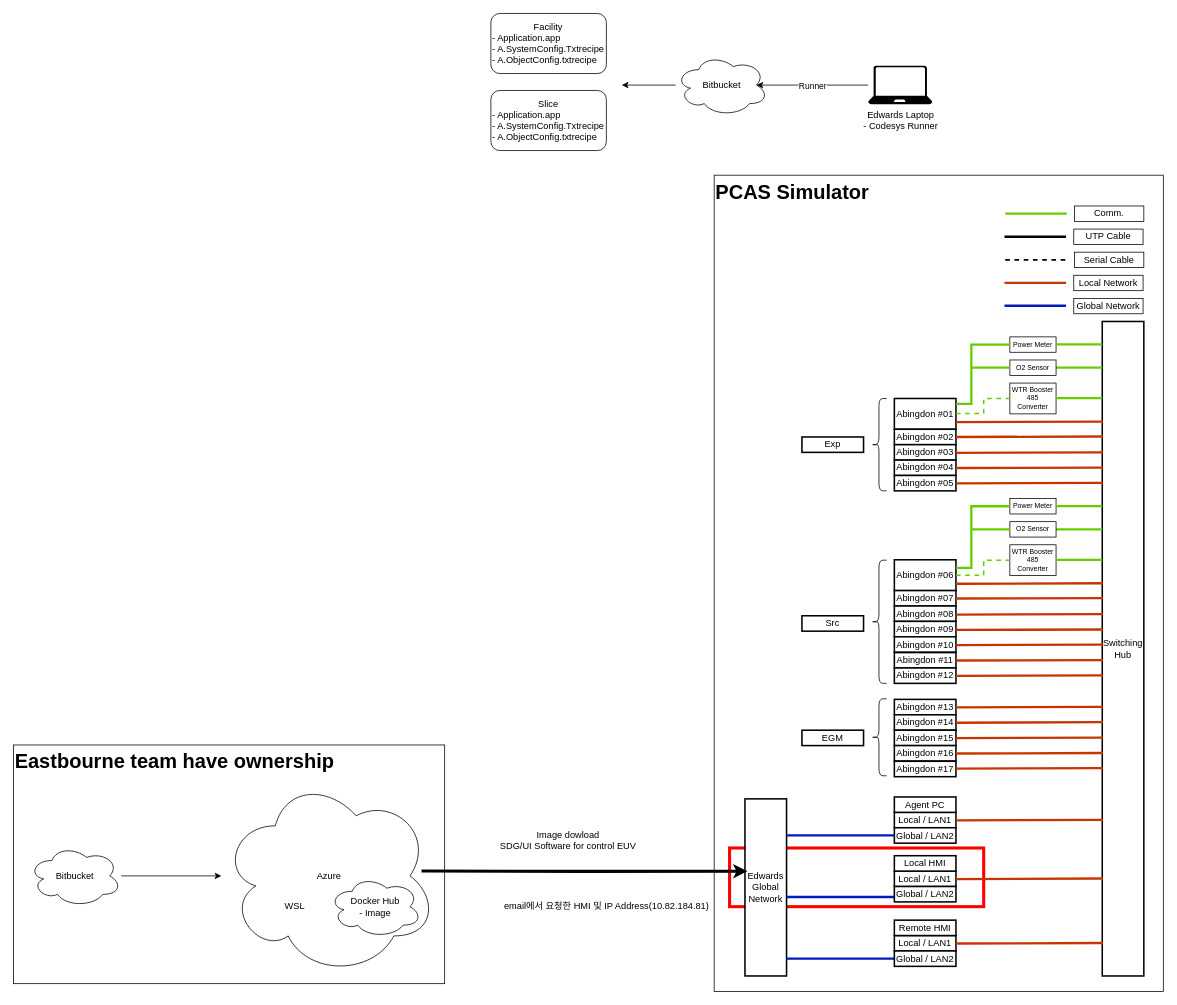
EdwardsKorea/CommonDrawIO keeps this draw.io diagram as page "페이지-2" (2 of 2) of Gen4 TumaloTestRig Configuration.drawio. Above is the earlier version. Source tidied: cells renumbered, new cells numbered last; positions are measured from the earlier drawing's top-left corner, leaving out a move shared by most shapes. Both pictures are drawn from the tidied source at 77%, with x=0, y=0 at pixel (13, 13).
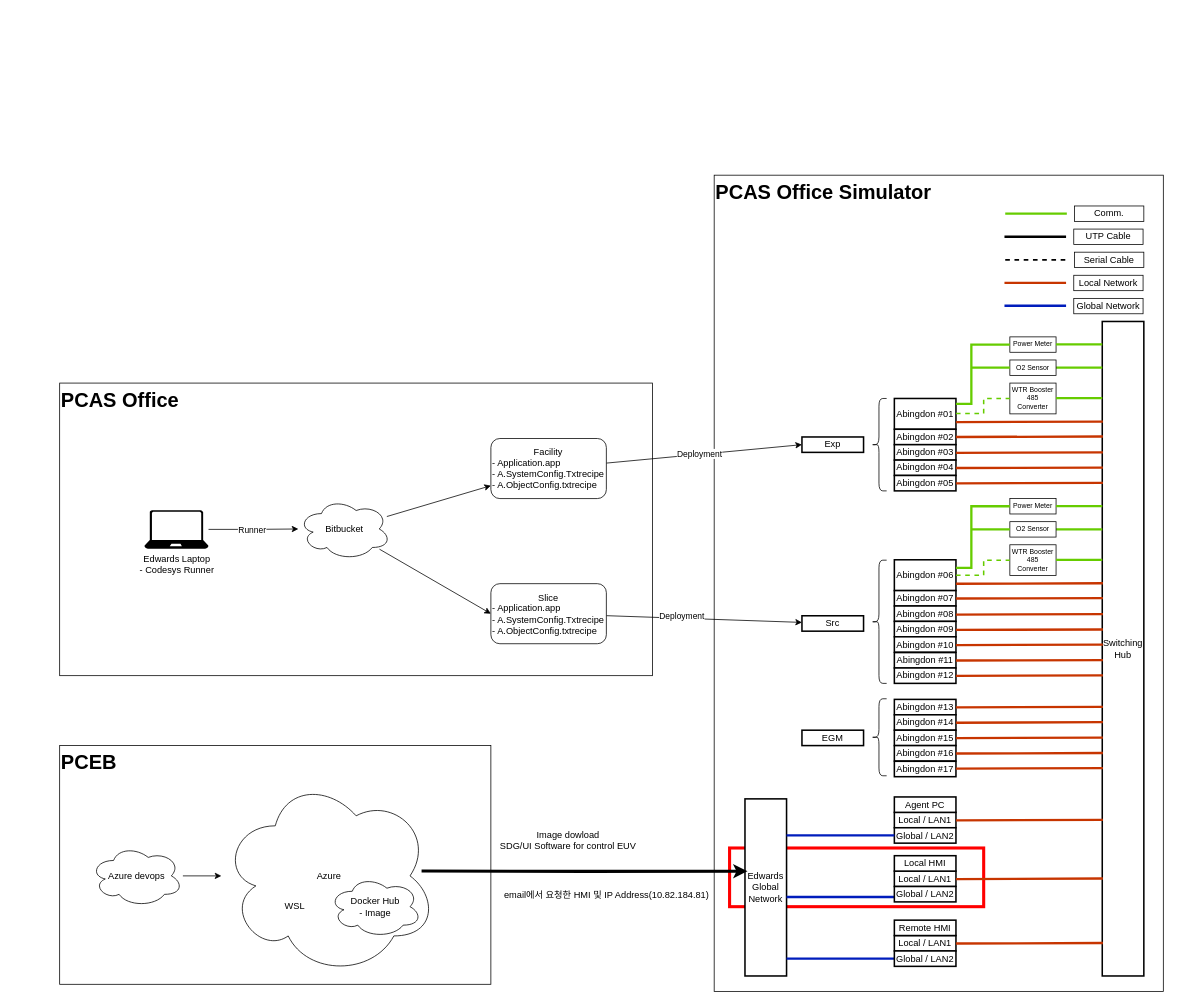
The same page after the edit.

The change refers to these unchanged cells:
```xml
<mxCell id="46" value="Exp" style="rounded=0;whiteSpace=wrap;html=1;strokeWidth=2;" parent="1" vertex="1">
  <mxGeometry x="1024" y="550" width="80" height="20" as="geometry" />
</mxCell>
<mxCell id="48" value="Src" style="rounded=0;whiteSpace=wrap;html=1;strokeWidth=2;" parent="1" vertex="1">
  <mxGeometry x="1024" y="782.2" width="80" height="20" as="geometry" />
</mxCell>
```

Diff of the diagram source:
```diff
@@
+    <mxCell id="105" value="&lt;b&gt;&lt;font style=&quot;font-size: 26px;&quot;&gt;PCAS Office&lt;/font&gt;&lt;/b&gt;" style="rounded=0;whiteSpace=wrap;html=1;align=left;horizontal=1;verticalAlign=top;" parent="1" vertex="1">
+      <mxGeometry x="60" y="480" width="770" height="380" as="geometry" />
+    </mxCell>
-    <mxCell id="2" value="&lt;b&gt;&lt;font style=&quot;font-size: 26px;&quot;&gt;Eastbourne team have ownership&lt;/font&gt;&lt;/b&gt;" style="rounded=0;whiteSpace=wrap;html=1;align=left;horizontal=1;verticalAlign=top;" parent="1" vertex="1">
-      <mxGeometry y="950" width="560" height="310" as="geometry" />
+    <mxCell id="2" value="&lt;b&gt;&lt;font style=&quot;font-size: 26px;&quot;&gt;PCEB&lt;/font&gt;&lt;/b&gt;" style="rounded=0;whiteSpace=wrap;html=1;align=left;horizontal=1;verticalAlign=top;" parent="1" vertex="1">
+      <mxGeometry x="60" y="950.8" width="560" height="310" as="geometry" />
     </mxCell>
-    <mxCell id="3" value="&lt;b&gt;&lt;font style=&quot;font-size: 26px;&quot;&gt;PCAS Simulator&lt;/font&gt;&lt;/b&gt;" style="rounded=0;whiteSpace=wrap;html=1;align=left;horizontal=1;verticalAlign=top;" parent="1" vertex="1">
+    <mxCell id="3" value="&lt;b&gt;&lt;font style=&quot;font-size: 26px;&quot;&gt;PCAS Office Simulator&lt;/font&gt;&lt;/b&gt;" style="rounded=0;whiteSpace=wrap;html=1;align=left;horizontal=1;verticalAlign=top;" parent="1" vertex="1">
       <mxGeometry x="910" y="210" width="583.3" height="1060" as="geometry" />
     </mxCell>
@@
+    <mxCell id="94" style="edgeStyle=orthogonalEdgeStyle;rounded=0;jettySize=auto;html=1;" parent="1" edge="1" source="90" target="92">
+      <mxGeometry relative="1" as="geometry" />
+    </mxCell>
+    <mxCell id="95" value="Runner" style="edgeLabel;html=1;align=center;verticalAlign=middle;" parent="94" vertex="1">
+      <mxGeometry x="-0.05" relative="1" as="geometry" />
+    </mxCell>
     <mxCell id="90" value="Edwards Laptop&lt;div&gt;-&amp;nbsp;&lt;span style=&quot;background-color: initial;&quot;&gt;Codesys Runner&lt;/span&gt;&lt;/div&gt;" style="sketch=0;shadow=0;dashed=0;html=1;strokeColor=none;labelPosition=center;verticalLabelPosition=bottom;verticalAlign=top;align=center;fillColor=#000000;shape=mxgraph.azure.laptop;" parent="1" vertex="1">
-      <mxGeometry x="1110" y="68" width="83.3" height="50" as="geometry" />
+      <mxGeometry x="170" y="645" width="83.3" height="50" as="geometry" />
     </mxCell>
-    <mxCell id="91" style="edgeStyle=orthogonalEdgeStyle;rounded=0;jettySize=auto;html=1;" parent="1" edge="1" source="92">
-      <mxGeometry relative="1" as="geometry">
-        <mxPoint x="790" y="93" as="targetPoint" />
-      </mxGeometry>
-    </mxCell>
+    <mxCell id="106" style="rounded=0;jettySize=auto;html=1;" parent="1" edge="1" source="92" target="96">
+      <mxGeometry relative="1" as="geometry" />
+    </mxCell>
+    <mxCell id="107" style="rounded=0;jettySize=auto;html=1;entryX=0;entryY=0.5;entryDx=0;entryDy=0;" parent="1" edge="1" source="92" target="97">
+      <mxGeometry relative="1" as="geometry" />
+    </mxCell>
     <mxCell id="92" value="Bitbucket" style="ellipse;shape=cloud;whiteSpace=wrap;html=1;" parent="1" vertex="1">
-      <mxGeometry x="860" y="53" width="120" height="80" as="geometry" />
+      <mxGeometry x="370" y="629.5" width="120" height="80" as="geometry" />
     </mxCell>
     <mxCell id="93" value="email에서 요청한 HMI 및 IP Address(10.82.184.81)" style="text;html=1;align=center;verticalAlign=middle;strokeColor=none;fillColor=none;" parent="1" vertex="1">
-      <mxGeometry x="620" y="1145" width="300" height="30" as="geometry" />
+      <mxGeometry x="620" y="1130" width="300" height="30" as="geometry" />
     </mxCell>
-    <mxCell id="94" style="edgeStyle=orthogonalEdgeStyle;rounded=0;jettySize=auto;html=1;entryX=0.875;entryY=0.5;entryDx=0;entryDy=0;entryPerimeter=0;" parent="1" edge="1" source="90" target="92">
-      <mxGeometry relative="1" as="geometry" />
-    </mxCell>
-    <mxCell id="95" value="Runner" style="edgeLabel;html=1;align=center;verticalAlign=middle;" parent="94" vertex="1">
-      <mxGeometry x="0.01" relative="1" as="geometry" />
-    </mxCell>
+    <mxCell id="108" style="rounded=0;jettySize=auto;html=1;entryX=0;entryY=0.5;entryDx=0;entryDy=0;" parent="1" edge="1" source="96" target="46">
+      <mxGeometry relative="1" as="geometry" />
+    </mxCell>
+    <mxCell id="109" value="Deployment" style="edgeLabel;html=1;align=center;verticalAlign=middle;" parent="108" vertex="1">
+      <mxGeometry x="-0.05" y="1" relative="1" as="geometry" />
+    </mxCell>
     <mxCell id="96" value="&lt;div style=&quot;text-align: center;&quot;&gt;Facility&lt;/div&gt;- Application.app&lt;div&gt;- A.SystemConfig.Txtrecipe&lt;/div&gt;&lt;div&gt;- A.ObjectConfig.txtrecipe&lt;/div&gt;" style="rounded=1;whiteSpace=wrap;html=1;align=left;" parent="1" vertex="1">
-      <mxGeometry x="620" width="150" height="78" as="geometry" />
+      <mxGeometry x="620" y="552" width="150" height="78" as="geometry" />
     </mxCell>
+    <mxCell id="110" style="rounded=0;jettySize=auto;html=1;" parent="1" edge="1" source="97" target="48">
+      <mxGeometry relative="1" as="geometry" />
+    </mxCell>
+    <mxCell id="111" value="Deployment" style="edgeLabel;html=1;align=center;verticalAlign=middle;" parent="110" vertex="1">
+      <mxGeometry x="-0.24" y="3" relative="1" as="geometry" />
+    </mxCell>
     <mxCell id="97" value="&lt;div style=&quot;text-align: center;&quot;&gt;Slice&lt;/div&gt;- Application.app&lt;div&gt;- A.SystemConfig.Txtrecipe&lt;/div&gt;&lt;div&gt;- A.ObjectConfig.txtrecipe&lt;/div&gt;" style="rounded=1;whiteSpace=wrap;html=1;align=left;" parent="1" vertex="1">
-      <mxGeometry x="620" y="100" width="150" height="78" as="geometry" />
+      <mxGeometry x="620" y="740.5" width="150" height="78" as="geometry" />
     </mxCell>
@@
-    <mxCell id="102" value="Bitbucket" style="ellipse;shape=cloud;whiteSpace=wrap;html=1;" parent="1" vertex="1">
-      <mxGeometry x="20" y="1080" width="120" height="80" as="geometry" />
+    <mxCell id="102" value="Azure devops" style="ellipse;shape=cloud;whiteSpace=wrap;html=1;" parent="1" vertex="1">
+      <mxGeometry x="100" y="1080" width="120" height="80" as="geometry" />
     </mxCell>
```
